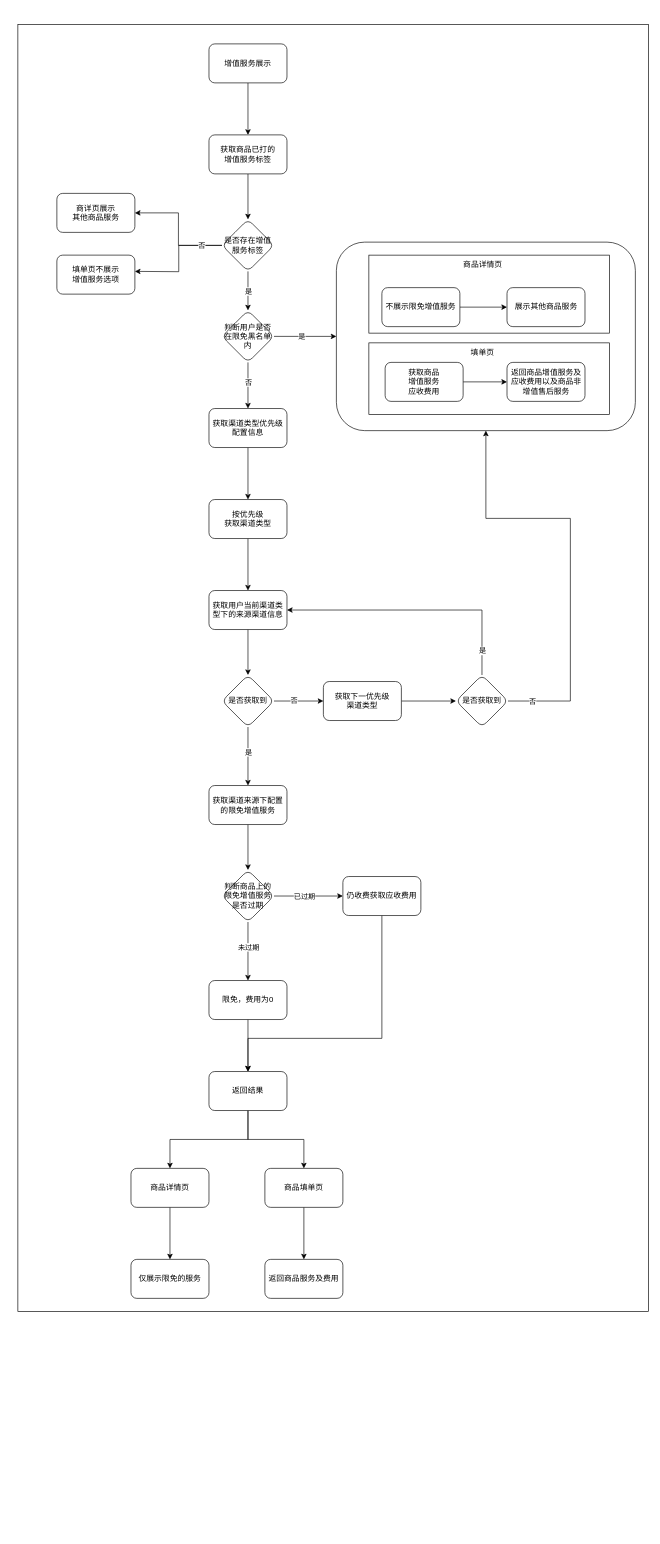
Earlier version of the draw.io diagram page "第 11 页" (11 of 11) of 卖场/未命名绘图.drawio (lxcy-kdz/draw). Source tidied: cells renumbered, new cells numbered last; positions are measured from the earlier drawing's top-left corner, leaving out a move shared by most shapes. Both pictures are drawn from the tidied source at 65%, with x=0, y=0 at pixel (18, 24).
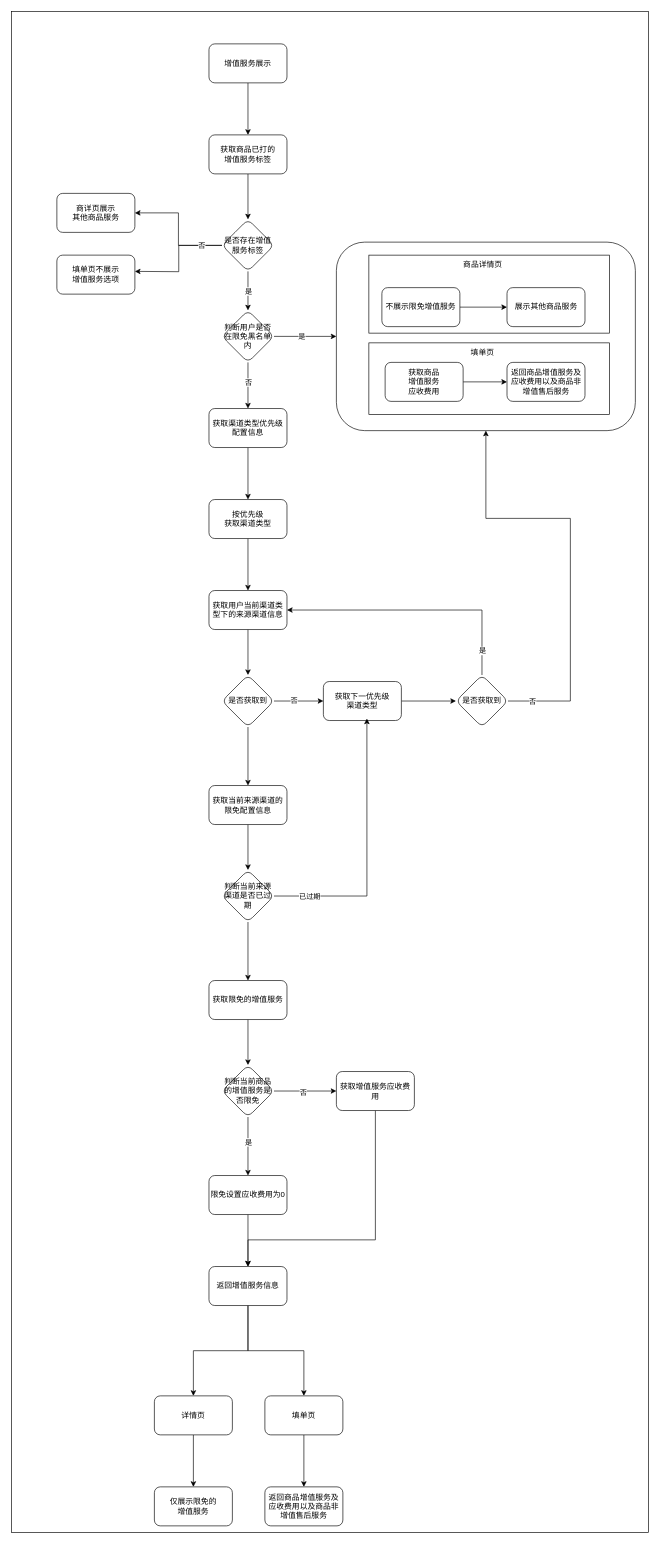
After the change.

Commit message:
更新未命名绘图.drawio

The change refers to these unchanged cells:
```xml
<mxCell id="20" value="是否获取到" style="rhombus;whiteSpace=wrap;html=1;rounded=1;" parent="1" vertex="1">
  <mxGeometry x="314" y="1001" width="80" height="80" as="geometry" />
</mxCell>
<mxCell id="22" value="获取下一优先级&lt;div&gt;渠道类型&lt;/div&gt;" style="whiteSpace=wrap;html=1;rounded=1;" parent="1" vertex="1">
  <mxGeometry x="470" y="1011" width="120" height="60" as="geometry" />
</mxCell>
```

Diff of the diagram source:
```diff
@@
-    <mxCell id="2" style="rounded=0;whiteSpace=wrap;html=1;" parent="1" vertex="1">
-      <mxGeometry width="970" height="1980" as="geometry" />
-    </mxCell>
+    <mxCell id="69" style="rounded=0;whiteSpace=wrap;html=1;" parent="1" vertex="1">
+      <mxGeometry x="-10" y="-20" width="980" height="2340" as="geometry" />
+    </mxCell>
@@
-    <mxCell id="18" style="edgeStyle=orthogonalEdgeStyle;rounded=0;jettySize=auto;html=1;" parent="1" edge="1" source="20" target="48">
-      <mxGeometry relative="1" as="geometry" />
-    </mxCell>
-    <mxCell id="19" value="是" style="edgeLabel;html=1;align=center;verticalAlign=middle;" parent="18" vertex="1">
-      <mxGeometry x="-0.16" y="4" relative="1" as="geometry">
-        <mxPoint x="-4" as="offset" />
-      </mxGeometry>
-    </mxCell>
+    <mxCell id="70" style="edgeStyle=orthogonalEdgeStyle;rounded=0;jettySize=auto;html=1;" parent="1" edge="1" source="20" target="72">
+      <mxGeometry relative="1" as="geometry" />
+    </mxCell>
@@
-    <mxCell id="47" style="edgeStyle=orthogonalEdgeStyle;rounded=0;jettySize=auto;html=1;" parent="1" edge="1" source="48" target="53">
-      <mxGeometry relative="1" as="geometry" />
-    </mxCell>
-    <mxCell id="48" value="获取渠道来源下配置的限免增值服务" style="whiteSpace=wrap;html=1;rounded=1;" parent="1" vertex="1">
-      <mxGeometry x="294" y="1171" width="120" height="60" as="geometry" />
-    </mxCell>
-    <mxCell id="49" style="edgeStyle=orthogonalEdgeStyle;rounded=0;jettySize=auto;html=1;" parent="1" edge="1" source="53" target="55">
-      <mxGeometry relative="1" as="geometry" />
-    </mxCell>
-    <mxCell id="50" value="已过期" style="edgeLabel;html=1;align=center;verticalAlign=middle;" parent="49" vertex="1">
-      <mxGeometry x="-0.13" y="-3" relative="1" as="geometry">
-        <mxPoint y="-3" as="offset" />
-      </mxGeometry>
-    </mxCell>
-    <mxCell id="51" style="edgeStyle=orthogonalEdgeStyle;rounded=0;jettySize=auto;html=1;" parent="1" edge="1" source="53" target="57">
-      <mxGeometry relative="1" as="geometry" />
-    </mxCell>
-    <mxCell id="52" value="未过期" style="edgeLabel;html=1;align=center;verticalAlign=middle;" parent="51" vertex="1">
-      <mxGeometry x="-0.16" relative="1" as="geometry" />
-    </mxCell>
-    <mxCell id="53" value="判断商品上的限免增值服务是否过期" style="rhombus;whiteSpace=wrap;html=1;rounded=1;" parent="1" vertex="1">
-      <mxGeometry x="314" y="1301" width="80" height="80" as="geometry" />
-    </mxCell>
-    <mxCell id="54" style="edgeStyle=orthogonalEdgeStyle;rounded=0;jettySize=auto;html=1;exitX=0.5;exitY=1;exitDx=0;exitDy=0;" parent="1" edge="1" source="55" target="60">
-      <mxGeometry relative="1" as="geometry">
-        <Array as="points">
-          <mxPoint x="560" y="1560" />
-          <mxPoint x="354" y="1560" />
-        </Array>
-      </mxGeometry>
-    </mxCell>
-    <mxCell id="55" value="仍收费获取应收费用" style="whiteSpace=wrap;html=1;rounded=1;" parent="1" vertex="1">
-      <mxGeometry x="500" y="1311" width="120" height="60" as="geometry" />
-    </mxCell>
-    <mxCell id="56" style="edgeStyle=orthogonalEdgeStyle;rounded=0;jettySize=auto;html=1;" parent="1" edge="1" source="57" target="60">
-      <mxGeometry relative="1" as="geometry" />
-    </mxCell>
-    <mxCell id="57" value="限免，费用为0" style="whiteSpace=wrap;html=1;rounded=1;" parent="1" vertex="1">
-      <mxGeometry x="294" y="1471" width="120" height="60" as="geometry" />
-    </mxCell>
-    <mxCell id="58" style="edgeStyle=orthogonalEdgeStyle;rounded=0;jettySize=auto;html=1;" parent="1" edge="1" source="60" target="62">
-      <mxGeometry relative="1" as="geometry" />
-    </mxCell>
-    <mxCell id="59" style="edgeStyle=orthogonalEdgeStyle;rounded=0;jettySize=auto;html=1;exitX=0.5;exitY=1;exitDx=0;exitDy=0;entryX=0.5;entryY=0;entryDx=0;entryDy=0;" parent="1" edge="1" source="60" target="65">
-      <mxGeometry relative="1" as="geometry" />
-    </mxCell>
-    <mxCell id="60" value="返回结果" style="whiteSpace=wrap;html=1;rounded=1;" parent="1" vertex="1">
-      <mxGeometry x="294" y="1611" width="120" height="60" as="geometry" />
-    </mxCell>
-    <mxCell id="61" style="edgeStyle=orthogonalEdgeStyle;rounded=0;jettySize=auto;html=1;" parent="1" edge="1" source="62" target="63">
-      <mxGeometry relative="1" as="geometry" />
-    </mxCell>
-    <mxCell id="62" value="商品详情页" style="whiteSpace=wrap;html=1;rounded=1;" parent="1" vertex="1">
-      <mxGeometry x="174" y="1760" width="120" height="60" as="geometry" />
-    </mxCell>
-    <mxCell id="63" value="仅展示限免的服务" style="whiteSpace=wrap;html=1;rounded=1;" parent="1" vertex="1">
-      <mxGeometry x="174" y="1900" width="120" height="60" as="geometry" />
-    </mxCell>
-    <mxCell id="64" style="edgeStyle=orthogonalEdgeStyle;rounded=0;jettySize=auto;html=1;" parent="1" edge="1" source="65" target="66">
-      <mxGeometry relative="1" as="geometry" />
-    </mxCell>
-    <mxCell id="65" value="商品填单页" style="whiteSpace=wrap;html=1;rounded=1;" parent="1" vertex="1">
-      <mxGeometry x="380" y="1760" width="120" height="60" as="geometry" />
-    </mxCell>
-    <mxCell id="66" value="返回商品服务及费用" style="whiteSpace=wrap;html=1;rounded=1;" parent="1" vertex="1">
-      <mxGeometry x="380" y="1900" width="120" height="60" as="geometry" />
-    </mxCell>
@@
+    <mxCell id="71" style="edgeStyle=orthogonalEdgeStyle;rounded=0;jettySize=auto;html=1;" parent="1" edge="1" source="72" target="74">
+      <mxGeometry relative="1" as="geometry" />
+    </mxCell>
+    <mxCell id="72" value="获取当前来源渠道的限免配置信息" style="whiteSpace=wrap;html=1;rounded=1;" parent="1" vertex="1">
+      <mxGeometry x="294" y="1171" width="120" height="60" as="geometry" />
+    </mxCell>
+    <mxCell id="73" style="edgeStyle=orthogonalEdgeStyle;rounded=0;jettySize=auto;html=1;" parent="1" edge="1" source="74" target="77">
+      <mxGeometry relative="1" as="geometry" />
+    </mxCell>
+    <mxCell id="74" value="判断当前来源渠道是否已过期" style="rhombus;whiteSpace=wrap;html=1;rounded=1;" parent="1" vertex="1">
+      <mxGeometry x="314" y="1301" width="80" height="80" as="geometry" />
+    </mxCell>
+    <mxCell id="75" style="edgeStyle=orthogonalEdgeStyle;rounded=0;jettySize=auto;html=1;exitX=1;exitY=0.5;exitDx=0;exitDy=0;entryX=0.558;entryY=0.95;entryDx=0;entryDy=0;entryPerimeter=0;" parent="1" edge="1" source="74" target="22">
+      <mxGeometry relative="1" as="geometry" />
+    </mxCell>
+    <mxCell id="50" value="已过期" style="edgeLabel;html=1;align=center;verticalAlign=middle;" parent="75" vertex="1">
+      <mxGeometry x="-0.74" relative="1" as="geometry" />
+    </mxCell>
+    <mxCell id="76" style="edgeStyle=orthogonalEdgeStyle;rounded=0;jettySize=auto;html=1;" parent="1" edge="1" source="77" target="81">
+      <mxGeometry relative="1" as="geometry" />
+    </mxCell>
+    <mxCell id="77" value="获取限免的增值服务" style="whiteSpace=wrap;html=1;rounded=1;" parent="1" vertex="1">
+      <mxGeometry x="294" y="1471" width="120" height="60" as="geometry" />
+    </mxCell>
+    <mxCell id="78" style="edgeStyle=orthogonalEdgeStyle;rounded=0;jettySize=auto;html=1;" parent="1" edge="1" source="81" target="83">
+      <mxGeometry relative="1" as="geometry" />
+    </mxCell>
+    <mxCell id="79" value="否" style="edgeLabel;html=1;align=center;verticalAlign=middle;" parent="78" vertex="1">
+      <mxGeometry x="-0.08" y="-1" relative="1" as="geometry" />
+    </mxCell>
+    <mxCell id="80" style="edgeStyle=orthogonalEdgeStyle;rounded=0;jettySize=auto;html=1;" parent="1" edge="1" source="81" target="85">
+      <mxGeometry relative="1" as="geometry" />
+    </mxCell>
+    <mxCell id="19" value="是" style="edgeLabel;html=1;align=center;verticalAlign=middle;" parent="80" vertex="1">
+      <mxGeometry x="-0.16" relative="1" as="geometry" />
+    </mxCell>
+    <mxCell id="81" value="判断当前商品的增值服务是否限免" style="rhombus;whiteSpace=wrap;html=1;rounded=1;" parent="1" vertex="1">
+      <mxGeometry x="314" y="1601" width="80" height="80" as="geometry" />
+    </mxCell>
+    <mxCell id="82" style="edgeStyle=orthogonalEdgeStyle;rounded=0;jettySize=auto;html=1;exitX=0.5;exitY=1;exitDx=0;exitDy=0;entryX=0.5;entryY=0;entryDx=0;entryDy=0;" parent="1" edge="1" source="83" target="88">
+      <mxGeometry relative="1" as="geometry">
+        <Array as="points">
+          <mxPoint x="550" y="1870" />
+          <mxPoint x="354" y="1870" />
+        </Array>
+      </mxGeometry>
+    </mxCell>
+    <mxCell id="83" value="获取增值服务应收费用" style="whiteSpace=wrap;html=1;rounded=1;" parent="1" vertex="1">
+      <mxGeometry x="490" y="1611" width="120" height="60" as="geometry" />
+    </mxCell>
+    <mxCell id="84" style="edgeStyle=orthogonalEdgeStyle;rounded=0;jettySize=auto;html=1;" parent="1" edge="1" source="85" target="88">
+      <mxGeometry relative="1" as="geometry" />
+    </mxCell>
+    <mxCell id="85" value="限免设置应收费用为0" style="whiteSpace=wrap;html=1;rounded=1;" parent="1" vertex="1">
+      <mxGeometry x="294" y="1771" width="120" height="60" as="geometry" />
+    </mxCell>
+    <mxCell id="86" style="edgeStyle=orthogonalEdgeStyle;rounded=0;jettySize=auto;html=1;" parent="1" edge="1" source="88" target="90">
+      <mxGeometry relative="1" as="geometry" />
+    </mxCell>
+    <mxCell id="87" style="edgeStyle=orthogonalEdgeStyle;rounded=0;jettySize=auto;html=1;exitX=0.5;exitY=1;exitDx=0;exitDy=0;" parent="1" edge="1" source="88" target="92">
+      <mxGeometry relative="1" as="geometry" />
+    </mxCell>
+    <mxCell id="88" value="返回增值服务信息" style="whiteSpace=wrap;html=1;rounded=1;" parent="1" vertex="1">
+      <mxGeometry x="294" y="1911" width="120" height="60" as="geometry" />
+    </mxCell>
+    <mxCell id="89" style="edgeStyle=orthogonalEdgeStyle;rounded=0;jettySize=auto;html=1;" parent="1" edge="1" source="90" target="93">
+      <mxGeometry relative="1" as="geometry" />
+    </mxCell>
+    <mxCell id="90" value="详情页" style="whiteSpace=wrap;html=1;rounded=1;" parent="1" vertex="1">
+      <mxGeometry x="210" y="2110" width="120" height="60" as="geometry" />
+    </mxCell>
+    <mxCell id="91" style="edgeStyle=orthogonalEdgeStyle;rounded=0;jettySize=auto;html=1;" parent="1" edge="1" source="92" target="94">
+      <mxGeometry relative="1" as="geometry" />
+    </mxCell>
+    <mxCell id="92" value="填单页" style="whiteSpace=wrap;html=1;rounded=1;" parent="1" vertex="1">
+      <mxGeometry x="380" y="2110" width="120" height="60" as="geometry" />
+    </mxCell>
+    <mxCell id="93" value="仅展示限免的&lt;div&gt;增值服务&lt;/div&gt;" style="whiteSpace=wrap;html=1;rounded=1;" parent="1" vertex="1">
+      <mxGeometry x="210" y="2250" width="120" height="60" as="geometry" />
+    </mxCell>
+    <mxCell id="94" value="返回商品&lt;span style=&quot;background-color: initial;&quot;&gt;增值服务&lt;/span&gt;&lt;span style=&quot;background-color: initial;&quot;&gt;及&lt;/span&gt;&lt;div&gt;&lt;span style=&quot;background-color: initial;&quot;&gt;应收费用以及商品非增值售后服务&lt;/span&gt;&lt;/div&gt;" style="whiteSpace=wrap;html=1;rounded=1;" parent="1" vertex="1">
+      <mxGeometry x="380" y="2250" width="120" height="60" as="geometry" />
+    </mxCell>
```
